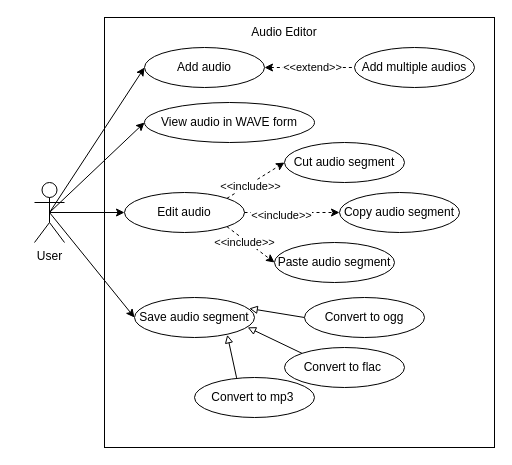
The draw.io diagram diagrams/use-case.drawio in KatiaArkhyp/AudioEditor, before the edit. Source tidied: cells renumbered, new cells numbered last; positions are measured from the earlier drawing's top-left corner, leaving out a move shared by most shapes. Both pictures are drawn from the tidied source at 100%, with x=0, y=0 at pixel (34, 17).
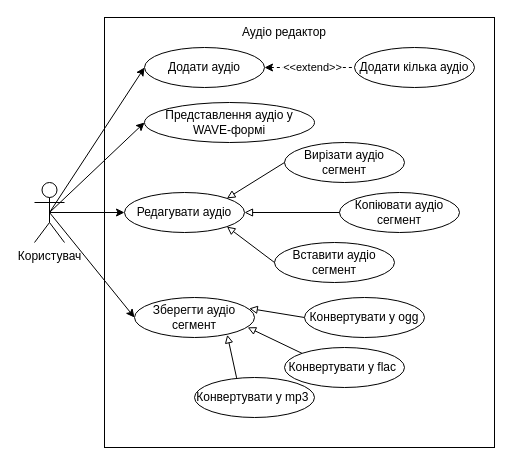
After the change.

Commit message (it also covers changes not shown here):
Update report: translation of use-case diagrams into Ukrainian, dark background of screenshots replaced with light one, extend conclusions

Change to the diagram source:
```diff
@@
-    <mxCell id="5" value="User" style="shape=umlActor;verticalLabelPosition=bottom;verticalAlign=top;html=1;outlineConnect=0;" parent="1" vertex="1">
+    <mxCell id="5" value="Користувач" style="shape=umlActor;verticalLabelPosition=bottom;verticalAlign=top;html=1;outlineConnect=0;" parent="1" vertex="1">
       <mxGeometry y="165" width="30" height="60" as="geometry" />
     </mxCell>
-    <mxCell id="6" value="Audio Editor" style="text;html=1;align=center;verticalAlign=middle;whiteSpace=wrap;rounded=0;" parent="1" vertex="1">
+    <mxCell id="6" value="Аудіо редактор" style="text;html=1;align=center;verticalAlign=middle;whiteSpace=wrap;rounded=0;" parent="1" vertex="1">
       <mxGeometry x="195" width="110" height="30" as="geometry" />
     </mxCell>
-    <mxCell id="7" value="Save audio segment" style="ellipse;whiteSpace=wrap;html=1;" parent="1" vertex="1">
+    <mxCell id="7" value="Зберегти аудіо сегмент" style="ellipse;whiteSpace=wrap;html=1;" parent="1" vertex="1">
       <mxGeometry x="100" y="280" width="120" height="40" as="geometry" />
     </mxCell>
@@
-    <mxCell id="11" value="Convert to flac&amp;nbsp;" style="ellipse;whiteSpace=wrap;html=1;" parent="1" vertex="1">
+    <mxCell id="11" value="Конвертувати у&amp;nbsp;flac&amp;nbsp;" style="ellipse;whiteSpace=wrap;html=1;" parent="1" vertex="1">
       <mxGeometry x="250" y="330" width="120" height="40" as="geometry" />
     </mxCell>
@@
-    <mxCell id="13" value="Convert to ogg" style="ellipse;whiteSpace=wrap;html=1;" parent="1" vertex="1">
+    <mxCell id="13" value="Конвертувати у ogg" style="ellipse;whiteSpace=wrap;html=1;" parent="1" vertex="1">
       <mxGeometry x="270" y="280" width="120" height="40" as="geometry" />
     </mxCell>
@@
-    <mxCell id="15" value="Convert to mp3&amp;nbsp;" style="ellipse;whiteSpace=wrap;html=1;" parent="1" vertex="1">
+    <mxCell id="15" value="Конвертувати у&amp;nbsp;mp3&amp;nbsp;" style="ellipse;whiteSpace=wrap;html=1;" parent="1" vertex="1">
       <mxGeometry x="160" y="360" width="120" height="40" as="geometry" />
     </mxCell>
-    <mxCell id="16" value="View audio in WAVE form" style="ellipse;whiteSpace=wrap;html=1;" parent="1" vertex="1">
+    <mxCell id="16" value="Представлення аудіо у WAVE-формі" style="ellipse;whiteSpace=wrap;html=1;" parent="1" vertex="1">
       <mxGeometry x="110" y="85" width="170" height="40" as="geometry" />
     </mxCell>
@@
-    <mxCell id="19" value="Add audio" style="ellipse;whiteSpace=wrap;html=1;" parent="1" vertex="1">
+    <mxCell id="19" value="Додати аудіо" style="ellipse;whiteSpace=wrap;html=1;" parent="1" vertex="1">
       <mxGeometry x="110" y="30" width="120" height="40" as="geometry" />
     </mxCell>
-    <mxCell id="20" value="Edit audio" style="ellipse;whiteSpace=wrap;html=1;" parent="1" vertex="1">
+    <mxCell id="20" value="Редагувати аудіо" style="ellipse;whiteSpace=wrap;html=1;" parent="1" vertex="1">
       <mxGeometry x="90" y="175" width="120" height="40" as="geometry" />
     </mxCell>
-    <mxCell id="21" value="Copy audio segment" style="ellipse;whiteSpace=wrap;html=1;" parent="1" vertex="1">
+    <mxCell id="21" value="Копіювати аудіо сегмент" style="ellipse;whiteSpace=wrap;html=1;" parent="1" vertex="1">
       <mxGeometry x="305" y="175" width="120" height="40" as="geometry" />
     </mxCell>
-    <mxCell id="22" value="Paste audio segment" style="ellipse;whiteSpace=wrap;html=1;" parent="1" vertex="1">
+    <mxCell id="22" value="Вставити аудіо сегмент" style="ellipse;whiteSpace=wrap;html=1;" parent="1" vertex="1">
       <mxGeometry x="240" y="225" width="120" height="40" as="geometry" />
     </mxCell>
-    <mxCell id="23" value="Cut audio segment" style="ellipse;whiteSpace=wrap;html=1;" parent="1" vertex="1">
+    <mxCell id="23" value="Вирізати аудіо сегмент" style="ellipse;whiteSpace=wrap;html=1;" parent="1" vertex="1">
       <mxGeometry x="250" y="125" width="120" height="40" as="geometry" />
     </mxCell>
-    <mxCell id="24" style="rounded=0;jettySize=auto;html=1;exitX=1;exitY=0;exitDx=0;exitDy=0;entryX=0;entryY=0.5;entryDx=0;entryDy=0;dashed=1;" parent="1" edge="1" source="20" target="23">
-      <mxGeometry relative="1" as="geometry" />
-    </mxCell>
-    <mxCell id="25" value="&amp;lt;&amp;lt;include&amp;gt;&amp;gt;" style="edgeLabel;html=1;align=center;verticalAlign=middle;" parent="24" vertex="1">
-      <mxGeometry x="-0.24" y="-2" relative="1" as="geometry" />
-    </mxCell>
-    <mxCell id="26" style="rounded=0;jettySize=auto;html=1;exitX=1;exitY=0.5;exitDx=0;exitDy=0;entryX=0;entryY=0.5;entryDx=0;entryDy=0;dashed=1;" parent="1" edge="1" source="20" target="21">
-      <mxGeometry relative="1" as="geometry" />
-    </mxCell>
-    <mxCell id="27" value="&amp;lt;&amp;lt;include&amp;gt;&amp;gt;" style="edgeLabel;html=1;align=center;verticalAlign=middle;" parent="26" vertex="1">
-      <mxGeometry x="-0.24" y="-2" relative="1" as="geometry" />
-    </mxCell>
-    <mxCell id="28" style="rounded=0;jettySize=auto;html=1;exitX=1;exitY=1;exitDx=0;exitDy=0;entryX=0;entryY=0.5;entryDx=0;entryDy=0;dashed=1;" parent="1" edge="1" source="20" target="22">
-      <mxGeometry relative="1" as="geometry" />
-    </mxCell>
-    <mxCell id="29" value="&amp;lt;&amp;lt;include&amp;gt;&amp;gt;" style="edgeLabel;html=1;align=center;verticalAlign=middle;" parent="28" vertex="1">
-      <mxGeometry x="-0.24" y="-2" relative="1" as="geometry" />
-    </mxCell>
-    <mxCell id="30" value="Add multiple audios" style="ellipse;whiteSpace=wrap;html=1;" parent="1" vertex="1">
+    <mxCell id="30" value="Додати кілька аудіо" style="ellipse;whiteSpace=wrap;html=1;" parent="1" vertex="1">
       <mxGeometry x="320" y="30" width="120" height="40" as="geometry" />
     </mxCell>
+    <mxCell id="31" style="rounded=0;jettySize=auto;html=1;exitX=0;exitY=0.5;exitDx=0;exitDy=0;entryX=1;entryY=0;entryDx=0;entryDy=0;endArrow=block;endFill=0;" parent="1" edge="1" source="23" target="20">
+      <mxGeometry relative="1" as="geometry" />
+    </mxCell>
+    <mxCell id="32" style="rounded=0;jettySize=auto;html=1;exitX=0;exitY=0.5;exitDx=0;exitDy=0;entryX=1;entryY=0.5;entryDx=0;entryDy=0;endArrow=block;endFill=0;" parent="1" edge="1" source="21" target="20">
+      <mxGeometry relative="1" as="geometry" />
+    </mxCell>
+    <mxCell id="33" style="rounded=0;jettySize=auto;html=1;exitX=0;exitY=0.5;exitDx=0;exitDy=0;entryX=1;entryY=1;entryDx=0;entryDy=0;endArrow=block;endFill=0;" parent="1" edge="1" source="22" target="20">
+      <mxGeometry relative="1" as="geometry" />
+    </mxCell>
```
